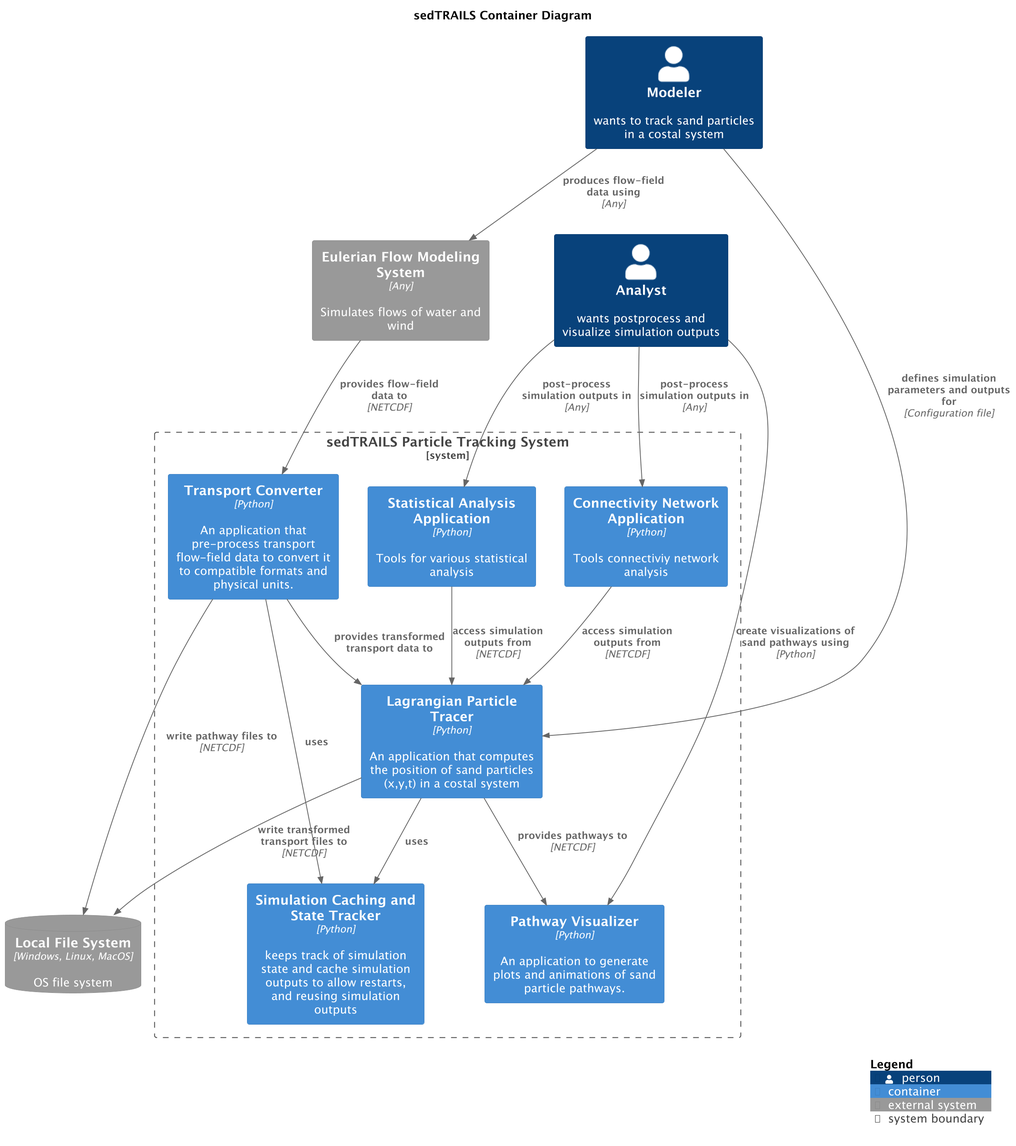
sgpearson17/sedtrails-sgp keeps this PlantUML diagram as img/v3/SedtrailContainer.png. Above is the earlier version. Source of this version:
```plantuml
@startuml SedtrailContainer
!include ./c4/C4_Container.puml

title sedTRAILS Container Diagram
scale 2

Person(modeler, "Modeler", "wants to track sand particles in a costal system")
Person(analyst, "Analyst", "wants postprocess and visualize simulation outputs")

System_Boundary(sedtrailsSystem, "sedTRAILS Particle Tracking System"){
    Container(sedtrailsTracer, "Lagrangian Particle Tracer", "Python", "An application that computes the position of sand particles (x,y,t) in a costal system")
    Container(transportConverter, "Transport Converter", "Python", "An application that pre-process transport flow-field data to convert it to compatible formats and physical units.")
    Container(pathwayVisualizer, "Pathway Visualizer", "Python", "An application to generate plots and animations of sand particle pathways.")
    Container(cache, "Simulation Caching and State Tracker", "Python", "keeps track of simulation state and cache simulation outputs to allow restarts, and reusing simulation outputs")

    Container(connectivityNetworkSys, "Connectivity Network Application", "Python", "Tools connectiviy network analysis")
    Container(statisticsSys, "Statistical Analysis Application", "Python", "Tools for various statistical analysis")

    Rel(transportConverter, sedtrailsTracer, "provides transformed transport data to")
    Rel(sedtrailsTracer, pathwayVisualizer, "provides pathways to", "NETCDF")
    Rel(sedtrailsTracer, cache,  "uses")
    Rel(transportConverter, cache,  "uses")
}

System_Ext(flowSystem, "Eulerian Flow Modeling System", "Simulates flows of water and wind", $type="Any")


SystemDb_Ext(fileSystem, "Local File System", "OS file system", $type="Windows, Linux, MacOS")
Rel(sedtrailsTracer, fileSystem, "write transformed transport files to", "NETCDF")
Rel(transportConverter, fileSystem, "write pathway files to", "NETCDF")

Rel(modeler, sedtrailsTracer, "defines simulation parameters and outputs for", "Configuration file")
Rel(connectivityNetworkSys, sedtrailsTracer, "access simulation outputs from", "NETCDF")
Rel(statisticsSys, sedtrailsTracer, "access simulation outputs from", "NETCDF")
Rel(analyst, pathwayVisualizer, "create visualizations of sand pathways using", "Python")
Rel(analyst, connectivityNetworkSys, "post-process simulation outputs in", "Any")
Rel(analyst, statisticsSys, "post-process simulation outputs in", "Any")

Rel(modeler, flowSystem, "produces flow-field data using", "Any")
Rel(flowSystem, transportConverter, "provides flow-field data to ", "NETCDF")


SHOW_LEGEND()
@enduml
```
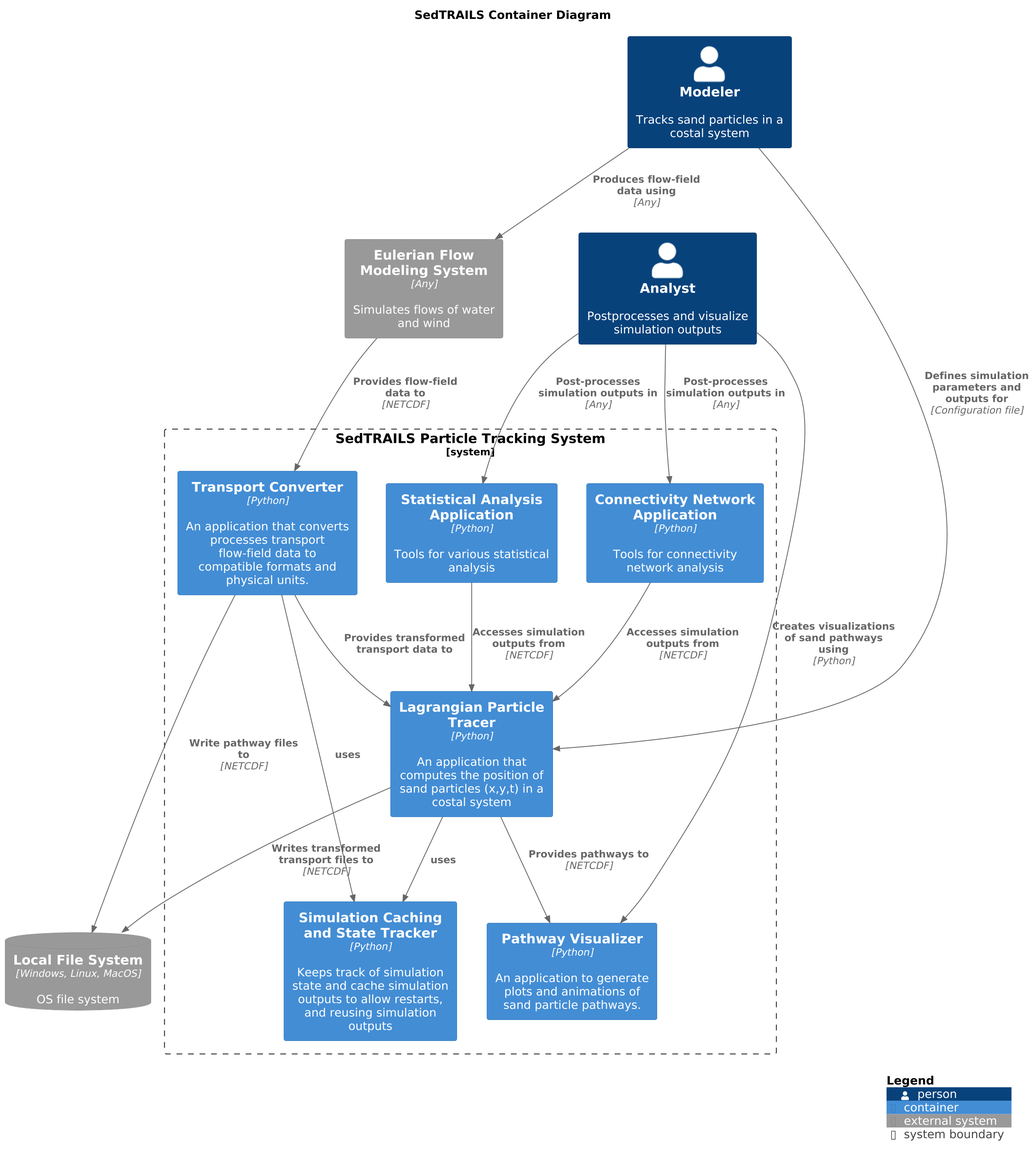
After the commit.

Commit message:
Add diagram outputs

Change to the diagram source:
```diff
@@ -1,23 +1,23 @@
 @startuml SedtrailContainer
 !include ./c4/C4_Container.puml
 
-title sedTRAILS Container Diagram
+title SedTRAILS Container Diagram
 scale 2
 
-Person(modeler, "Modeler", "wants to track sand particles in a costal system")
-Person(analyst, "Analyst", "wants postprocess and visualize simulation outputs")
+Person(modeler, "Modeler", "Tracks sand particles in a costal system")
+Person(analyst, "Analyst", "Postprocesses and visualize simulation outputs")
 
-System_Boundary(sedtrailsSystem, "sedTRAILS Particle Tracking System"){
+System_Boundary(sedtrailsSystem, "SedTRAILS Particle Tracking System"){
     Container(sedtrailsTracer, "Lagrangian Particle Tracer", "Python", "An application that computes the position of sand particles (x,y,t) in a costal system")
-    Container(transportConverter, "Transport Converter", "Python", "An application that pre-process transport flow-field data to convert it to compatible formats and physical units.")
+    Container(transportConverter, "Transport Converter", "Python", "An application that converts processes transport flow-field data to compatible formats and physical units.")
     Container(pathwayVisualizer, "Pathway Visualizer", "Python", "An application to generate plots and animations of sand particle pathways.")
-    Container(cache, "Simulation Caching and State Tracker", "Python", "keeps track of simulation state and cache simulation outputs to allow restarts, and reusing simulation outputs")
+    Container(cache, "Simulation Caching and State Tracker", "Python", "Keeps track of simulation state and cache simulation outputs to allow restarts, and reusing simulation outputs")
 
-    Container(connectivityNetworkSys, "Connectivity Network Application", "Python", "Tools connectiviy network analysis")
+    Container(connectivityNetworkSys, "Connectivity Network Application", "Python", "Tools for connectivity network analysis")
     Container(statisticsSys, "Statistical Analysis Application", "Python", "Tools for various statistical analysis")
 
-    Rel(transportConverter, sedtrailsTracer, "provides transformed transport data to")
-    Rel(sedtrailsTracer, pathwayVisualizer, "provides pathways to", "NETCDF")
+    Rel(transportConverter, sedtrailsTracer, "Provides transformed transport data to")
+    Rel(sedtrailsTracer, pathwayVisualizer, "Provides pathways to", "NETCDF")
     Rel(sedtrailsTracer, cache,  "uses")
     Rel(transportConverter, cache,  "uses")
 }
@@ -26,18 +26,18 @@
 
 
 SystemDb_Ext(fileSystem, "Local File System", "OS file system", $type="Windows, Linux, MacOS")
-Rel(sedtrailsTracer, fileSystem, "write transformed transport files to", "NETCDF")
-Rel(transportConverter, fileSystem, "write pathway files to", "NETCDF")
+Rel(sedtrailsTracer, fileSystem, "Writes transformed transport files to", "NETCDF")
+Rel(transportConverter, fileSystem, "Write pathway files to", "NETCDF")
 
-Rel(modeler, sedtrailsTracer, "defines simulation parameters and outputs for", "Configuration file")
-Rel(connectivityNetworkSys, sedtrailsTracer, "access simulation outputs from", "NETCDF")
-Rel(statisticsSys, sedtrailsTracer, "access simulation outputs from", "NETCDF")
-Rel(analyst, pathwayVisualizer, "create visualizations of sand pathways using", "Python")
-Rel(analyst, connectivityNetworkSys, "post-process simulation outputs in", "Any")
-Rel(analyst, statisticsSys, "post-process simulation outputs in", "Any")
+Rel(modeler, sedtrailsTracer, "Defines simulation parameters and outputs for", "Configuration file")
+Rel(connectivityNetworkSys, sedtrailsTracer, "Accesses simulation outputs from", "NETCDF")
+Rel(statisticsSys, sedtrailsTracer, "Accesses simulation outputs from", "NETCDF")
+Rel(analyst, pathwayVisualizer, "Creates visualizations of sand pathways using", "Python")
+Rel(analyst, connectivityNetworkSys, "Post-processes simulation outputs in", "Any")
+Rel(analyst, statisticsSys, "Post-processes simulation outputs in", "Any")
 
-Rel(modeler, flowSystem, "produces flow-field data using", "Any")
-Rel(flowSystem, transportConverter, "provides flow-field data to ", "NETCDF")
+Rel(modeler, flowSystem, "Produces flow-field data using", "Any")
+Rel(flowSystem, transportConverter, "Provides flow-field data to ", "NETCDF")
 
 
 SHOW_LEGEND()
```
